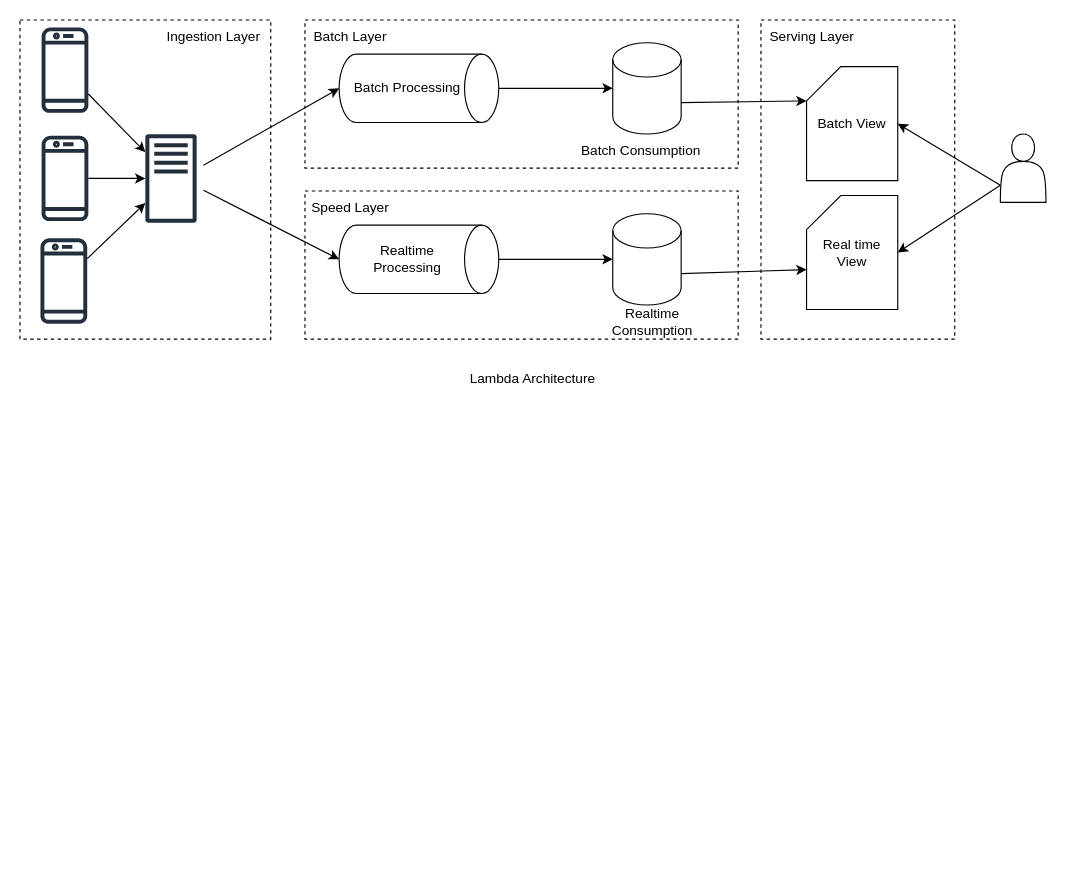
Before: bigdata.drawio in jayanthkmr/architecture-diagrams, a draw.io diagram. Source tidied: cells renumbered, new cells numbered last; positions are measured from the earlier drawing's top-left corner, leaving out a move shared by most shapes. Both pictures are drawn from the tidied source at 114%, with x=0, y=0 at pixel (19, 8).
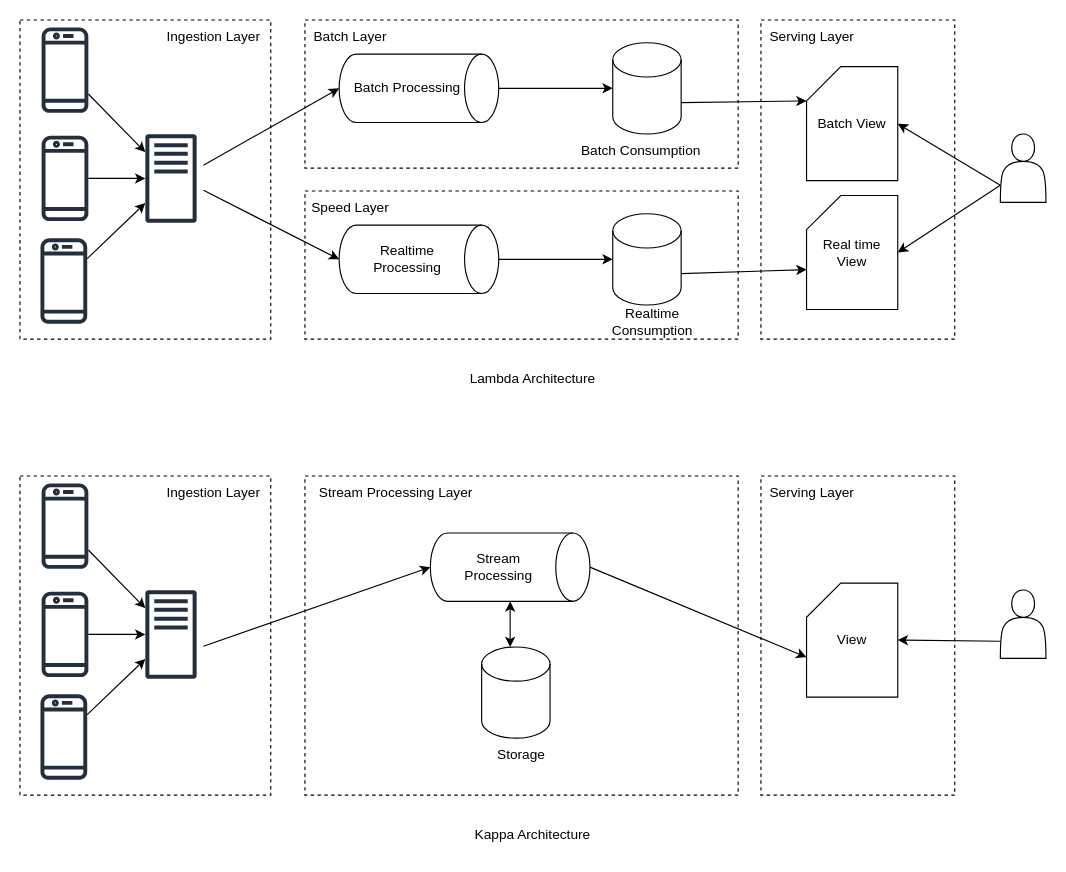
The same page after the edit.

Diff of the diagram source:
```diff
@@
+    <mxCell id="37" style="rounded=0;whiteSpace=wrap;html=1;dashed=1;" parent="1" vertex="1">
+      <mxGeometry y="410" width="220" height="280" as="geometry" />
+    </mxCell>
+    <mxCell id="38" style="rounded=0;whiteSpace=wrap;html=1;dashed=1;" parent="1" vertex="1">
+      <mxGeometry x="650" y="410" width="170" height="280" as="geometry" />
+    </mxCell>
+    <mxCell id="39" style="rounded=0;whiteSpace=wrap;html=1;dashed=1;" parent="1" vertex="1">
+      <mxGeometry x="250" y="410" width="380" height="280" as="geometry" />
+    </mxCell>
+    <mxCell id="40" style="shape=cylinder3;whiteSpace=wrap;html=1;boundedLbl=1;backgroundOutline=1;size=15;rotation=90;" parent="1" vertex="1">
+      <mxGeometry x="400" y="420" width="60" height="140" as="geometry" />
+    </mxCell>
+    <mxCell id="41" style="shape=cylinder3;whiteSpace=wrap;html=1;boundedLbl=1;backgroundOutline=1;size=15;" parent="1" vertex="1">
+      <mxGeometry x="405" y="560" width="60" height="80" as="geometry" />
+    </mxCell>
+    <mxCell id="42" value="View" style="shape=card;whiteSpace=wrap;html=1;" parent="1" vertex="1">
+      <mxGeometry x="690" y="504" width="80" height="100" as="geometry" />
+    </mxCell>
+    <mxCell id="43" style="endArrow=classic;html=1;rounded=0;entryX=0.5;entryY=1;entryDx=0;entryDy=0;entryPerimeter=0;" parent="1" edge="1" target="40">
+      <mxGeometry relative="1" as="geometry">
+        <mxPoint x="161" y="559.4" as="sourcePoint" />
+      </mxGeometry>
+    </mxCell>
+    <mxCell id="44" style="shape=actor;whiteSpace=wrap;html=1;" parent="1" vertex="1">
+      <mxGeometry x="860" y="510" width="40" height="60" as="geometry" />
+    </mxCell>
+    <mxCell id="45" style="endArrow=classic;html=1;rounded=0;exitX=0;exitY=0.75;exitDx=0;exitDy=0;entryX=1;entryY=0.5;entryDx=0;entryDy=0;entryPerimeter=0;" parent="1" edge="1" source="44" target="42">
+      <mxGeometry relative="1" as="geometry" />
+    </mxCell>
+    <mxCell id="46" value="Storage" style="text;html=1;align=center;verticalAlign=middle;whiteSpace=wrap;rounded=0;" parent="1" vertex="1">
+      <mxGeometry x="385" y="640" width="110" height="30" as="geometry" />
+    </mxCell>
+    <mxCell id="47" value="Stream Processing" style="text;html=1;align=center;verticalAlign=middle;whiteSpace=wrap;rounded=0;" parent="1" vertex="1">
+      <mxGeometry x="370" y="475" width="100" height="30" as="geometry" />
+    </mxCell>
+    <mxCell id="48" value="Stream Processing Layer" style="text;html=1;align=center;verticalAlign=middle;whiteSpace=wrap;rounded=0;" parent="1" vertex="1">
+      <mxGeometry x="250" y="410" width="160" height="30" as="geometry" />
+    </mxCell>
+    <mxCell id="49" value="Serving&amp;nbsp;&lt;span style=&quot;background-color: initial;&quot;&gt;Layer&lt;/span&gt;" style="text;html=1;align=center;verticalAlign=middle;whiteSpace=wrap;rounded=0;" parent="1" vertex="1">
+      <mxGeometry x="650" y="410" width="90" height="30" as="geometry" />
+    </mxCell>
+    <mxCell id="50" style="sketch=0;outlineConnect=0;fontColor=#232F3E;gradientColor=none;fillColor=#232F3D;strokeColor=none;dashed=0;verticalLabelPosition=bottom;verticalAlign=top;align=center;html=1;fontSize=12;fontStyle=0;shape=mxgraph.aws4.traditional_server;" parent="1" vertex="1">
+      <mxGeometry x="110" y="510" width="45" height="78" as="geometry" />
+    </mxCell>
+    <mxCell id="51" style="sketch=0;outlineConnect=0;fontColor=#232F3E;gradientColor=none;fillColor=#232F3D;strokeColor=none;dashed=0;verticalLabelPosition=bottom;verticalAlign=top;align=center;html=1;fontSize=12;fontStyle=0;shape=mxgraph.aws4.mobile_client;" parent="1" vertex="1">
+      <mxGeometry x="19" y="415" width="41" height="78" as="geometry" />
+    </mxCell>
+    <mxCell id="52" style="sketch=0;outlineConnect=0;fontColor=#232F3E;gradientColor=none;fillColor=#232F3D;strokeColor=none;dashed=0;verticalLabelPosition=bottom;verticalAlign=top;align=center;html=1;fontSize=12;fontStyle=0;shape=mxgraph.aws4.mobile_client;" parent="1" vertex="1">
+      <mxGeometry x="19" y="510" width="41" height="78" as="geometry" />
+    </mxCell>
+    <mxCell id="53" style="sketch=0;outlineConnect=0;fontColor=#232F3E;gradientColor=none;fillColor=#232F3D;strokeColor=none;dashed=0;verticalLabelPosition=bottom;verticalAlign=top;align=center;html=1;fontSize=12;fontStyle=0;shape=mxgraph.aws4.mobile_client;" parent="1" vertex="1">
+      <mxGeometry x="18" y="600" width="41" height="78" as="geometry" />
+    </mxCell>
+    <mxCell id="54" style="endArrow=classic;html=1;rounded=0;" parent="1" edge="1" source="51" target="50">
+      <mxGeometry relative="1" as="geometry" />
+    </mxCell>
+    <mxCell id="55" style="endArrow=classic;html=1;rounded=0;" parent="1" edge="1" source="52" target="50">
+      <mxGeometry relative="1" as="geometry" />
+    </mxCell>
+    <mxCell id="56" style="endArrow=classic;html=1;rounded=0;" parent="1" edge="1" source="53" target="50">
+      <mxGeometry relative="1" as="geometry" />
+    </mxCell>
+    <mxCell id="57" value="Ingestion Layer" style="text;html=1;align=center;verticalAlign=middle;whiteSpace=wrap;rounded=0;" parent="1" vertex="1">
+      <mxGeometry x="120" y="410" width="100" height="30" as="geometry" />
+    </mxCell>
+    <mxCell id="58" value="Kappa Architecture" style="text;html=1;align=center;verticalAlign=middle;whiteSpace=wrap;rounded=0;" parent="1" vertex="1">
+      <mxGeometry x="370" y="710" width="160" height="30" as="geometry" />
+    </mxCell>
+    <mxCell id="59" style="endArrow=classic;html=1;rounded=0;exitX=0.5;exitY=0;exitDx=0;exitDy=0;exitPerimeter=0;entryX=0;entryY=0;entryDx=0;entryDy=65;entryPerimeter=0;" parent="1" edge="1" source="40" target="42">
+      <mxGeometry relative="1" as="geometry" />
+    </mxCell>
+    <mxCell id="60" style="endArrow=classic;startArrow=classic;html=1;rounded=0;entryX=1;entryY=0.5;entryDx=0;entryDy=0;entryPerimeter=0;" parent="1" edge="1" target="40">
+      <mxGeometry relative="1" as="geometry">
+        <mxPoint x="430" y="560" as="sourcePoint" />
+      </mxGeometry>
+    </mxCell>
```
